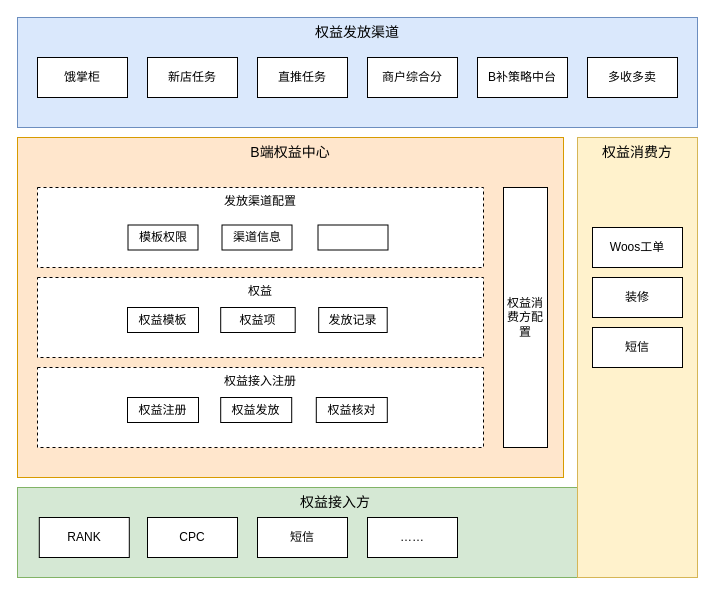
Before: page "权益逻辑架构" (1 of 2) of 权益中心.drawio in jon-kong/draw.io, a draw.io diagram. Source tidied: cells renumbered, new cells numbered last; positions are measured from the earlier drawing's top-left corner, leaving out a move shared by most shapes. Both pictures are drawn from the tidied source at 100%, with x=0, y=0 at pixel (17, 17).
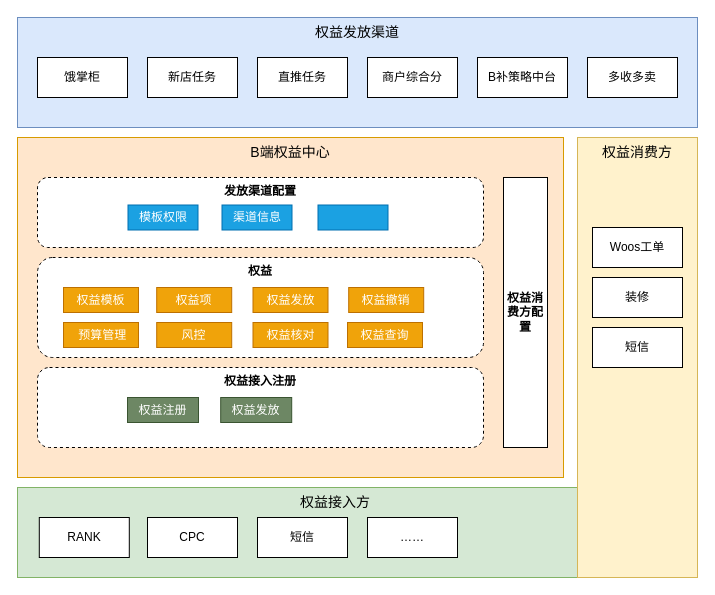
The same diagram, later.

Diff of the diagram source:
```diff
@@
-    <mxCell id="5" value="权益接入注册" style="rounded=0;whiteSpace=wrap;html=1;verticalAlign=top;dashed=1;" parent="1" vertex="1">
+    <mxCell id="5" value="权益接入注册" style="rounded=1;whiteSpace=wrap;html=1;verticalAlign=top;dashed=1;fontStyle=1;" parent="1" vertex="1">
       <mxGeometry x="20" y="350" width="446" height="80" as="geometry" />
     </mxCell>
-    <mxCell id="6" value="权益" style="rounded=0;whiteSpace=wrap;html=1;verticalAlign=top;dashed=1;" parent="1" vertex="1">
-      <mxGeometry x="20" y="260" width="446" height="80" as="geometry" />
+    <mxCell id="6" value="权益" style="rounded=1;whiteSpace=wrap;html=1;verticalAlign=top;dashed=1;fontStyle=1;" parent="1" vertex="1">
+      <mxGeometry x="20" y="240" width="446" height="100" as="geometry" />
     </mxCell>
-    <mxCell id="7" value="发放渠道配置" style="rounded=0;whiteSpace=wrap;html=1;verticalAlign=top;dashed=1;" parent="1" vertex="1">
-      <mxGeometry x="20" y="170" width="446" height="80" as="geometry" />
+    <mxCell id="7" value="发放渠道配置" style="rounded=1;whiteSpace=wrap;html=1;verticalAlign=top;dashed=1;fontStyle=1;" parent="1" vertex="1">
+      <mxGeometry x="20" y="160" width="446" height="70" as="geometry" />
     </mxCell>
-    <mxCell id="8" value="权益消费方配置" style="rounded=0;whiteSpace=wrap;html=1;verticalAlign=middle;" parent="1" vertex="1">
-      <mxGeometry x="486" y="170" width="44" height="260" as="geometry" />
+    <mxCell id="8" value="权益消费方配置" style="rounded=0;whiteSpace=wrap;html=1;verticalAlign=middle;fontStyle=1;" parent="1" vertex="1">
+      <mxGeometry x="486" y="160" width="44" height="270" as="geometry" />
     </mxCell>
@@
-    <mxCell id="19" value="权益模板" style="rounded=0;whiteSpace=wrap;html=1;" parent="1" vertex="1">
-      <mxGeometry x="110" y="290" width="71" height="25" as="geometry" />
+    <mxCell id="19" value="权益模板" style="rounded=0;whiteSpace=wrap;html=1;fillColor=#f0a30a;strokeColor=#BD7000;fontColor=#ffffff;" parent="1" vertex="1">
+      <mxGeometry x="46" y="270" width="75" height="25" as="geometry" />
     </mxCell>
-    <mxCell id="20" value="发放记录" style="rounded=0;whiteSpace=wrap;html=1;" parent="1" vertex="1">
-      <mxGeometry x="301.2" y="290" width="68.5" height="25" as="geometry" />
+    <mxCell id="20" value="权益发放" style="rounded=0;whiteSpace=wrap;html=1;fillColor=#f0a30a;strokeColor=#BD7000;fontColor=#ffffff;" parent="1" vertex="1">
+      <mxGeometry x="235.5" y="270" width="75" height="25" as="geometry" />
     </mxCell>
-    <mxCell id="21" value="模板权限" style="rounded=0;whiteSpace=wrap;html=1;" parent="1" vertex="1">
-      <mxGeometry x="110.5" y="207.5" width="70" height="25" as="geometry" />
+    <mxCell id="21" value="模板权限" style="rounded=0;whiteSpace=wrap;html=1;fillColor=#1ba1e2;strokeColor=#006EAF;fontColor=#ffffff;" parent="1" vertex="1">
+      <mxGeometry x="110.5" y="187.5" width="70" height="25" as="geometry" />
     </mxCell>
-    <mxCell id="22" value="渠道信息" style="rounded=0;whiteSpace=wrap;html=1;" parent="1" vertex="1">
-      <mxGeometry x="204.5" y="207.5" width="70" height="25" as="geometry" />
+    <mxCell id="22" value="渠道信息" style="rounded=0;whiteSpace=wrap;html=1;fillColor=#1ba1e2;strokeColor=#006EAF;fontColor=#ffffff;" parent="1" vertex="1">
+      <mxGeometry x="204.5" y="187.5" width="70" height="25" as="geometry" />
     </mxCell>
-    <mxCell id="23" style="rounded=0;whiteSpace=wrap;html=1;" parent="1" vertex="1">
-      <mxGeometry x="300.5" y="207.5" width="70" height="25" as="geometry" />
+    <mxCell id="23" style="rounded=0;whiteSpace=wrap;html=1;fillColor=#1ba1e2;strokeColor=#006EAF;fontColor=#ffffff;" parent="1" vertex="1">
+      <mxGeometry x="300.5" y="187.5" width="70" height="25" as="geometry" />
     </mxCell>
-    <mxCell id="24" value="权益项" style="rounded=0;whiteSpace=wrap;html=1;" parent="1" vertex="1">
-      <mxGeometry x="203.2" y="290" width="74.5" height="25" as="geometry" />
+    <mxCell id="24" value="权益项" style="rounded=0;whiteSpace=wrap;html=1;fillColor=#f0a30a;strokeColor=#BD7000;fontColor=#ffffff;" parent="1" vertex="1">
+      <mxGeometry x="139.2" y="270" width="75" height="25" as="geometry" />
     </mxCell>
-    <mxCell id="25" value="权益注册" style="rounded=0;whiteSpace=wrap;html=1;" parent="1" vertex="1">
+    <mxCell id="25" value="权益注册" style="rounded=0;whiteSpace=wrap;html=1;fillColor=#6d8764;strokeColor=#3A5431;fontColor=#ffffff;" parent="1" vertex="1">
       <mxGeometry x="110" y="380" width="71" height="25" as="geometry" />
     </mxCell>
-    <mxCell id="26" value="权益发放" style="rounded=0;whiteSpace=wrap;html=1;" parent="1" vertex="1">
+    <mxCell id="26" value="权益发放" style="rounded=0;whiteSpace=wrap;html=1;fillColor=#6d8764;strokeColor=#3A5431;fontColor=#ffffff;" parent="1" vertex="1">
       <mxGeometry x="203.2" y="380" width="71" height="25" as="geometry" />
     </mxCell>
-    <mxCell id="27" value="权益核对" style="rounded=0;whiteSpace=wrap;html=1;" parent="1" vertex="1">
-      <mxGeometry x="298.8" y="380" width="71" height="25" as="geometry" />
+    <mxCell id="27" value="权益核对" style="rounded=0;whiteSpace=wrap;html=1;fillColor=#f0a30a;strokeColor=#BD7000;fontColor=#ffffff;" parent="1" vertex="1">
+      <mxGeometry x="235.5" y="305" width="75" height="25" as="geometry" />
     </mxCell>
@@
+    <mxCell id="32" value="权益撤销" style="rounded=0;whiteSpace=wrap;html=1;fillColor=#f0a30a;strokeColor=#BD7000;fontColor=#ffffff;" parent="1" vertex="1">
+      <mxGeometry x="331.2" y="270" width="75" height="25" as="geometry" />
+    </mxCell>
+    <mxCell id="33" value="&amp;nbsp;预算管理" style="rounded=0;whiteSpace=wrap;html=1;fillColor=#f0a30a;strokeColor=#BD7000;fontColor=#ffffff;" parent="1" vertex="1">
+      <mxGeometry x="46" y="305" width="75" height="25" as="geometry" />
+    </mxCell>
+    <mxCell id="34" value="风控" style="rounded=0;whiteSpace=wrap;html=1;fillColor=#f0a30a;strokeColor=#BD7000;fontColor=#ffffff;" parent="1" vertex="1">
+      <mxGeometry x="139.2" y="305" width="75" height="25" as="geometry" />
+    </mxCell>
+    <mxCell id="35" value="权益查询" style="rounded=0;whiteSpace=wrap;html=1;fillColor=#f0a30a;strokeColor=#BD7000;fontColor=#ffffff;" parent="1" vertex="1">
+      <mxGeometry x="330" y="305" width="75" height="25" as="geometry" />
+    </mxCell>
```
